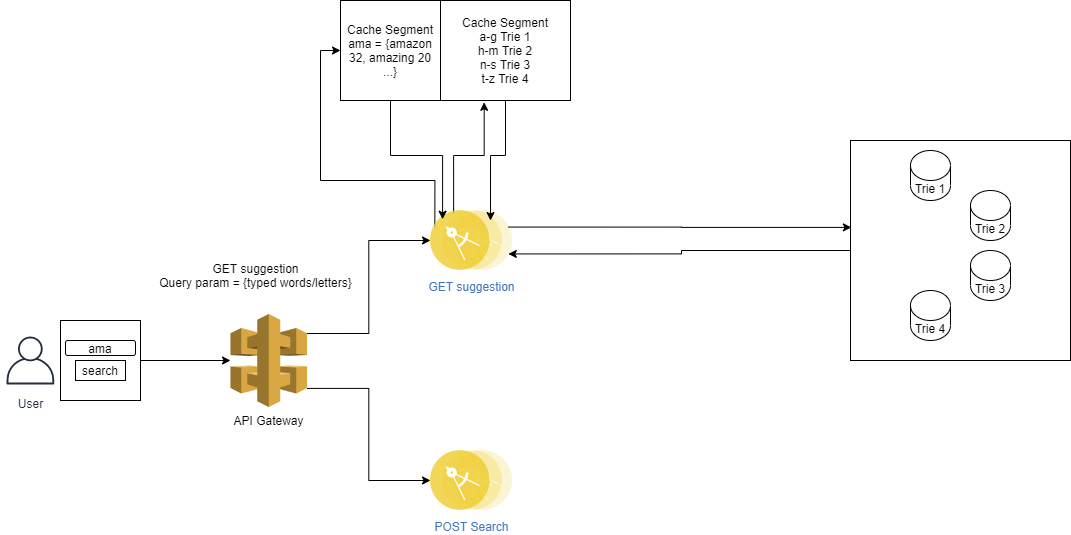
Above: autocomplete suggestion.png in pri-tri/System_Designs (draw.io), before the change. Source tidied: cells renumbered, new cells last; positions are measured from the earlier drawing's top-left corner, leaving out a move shared by most shapes. Its diagram source:
```xml
<mxGraphModel>
  <root>
    <mxCell id="0" />
    <mxCell id="1" parent="0" />
    <mxCell id="2" style="edgeStyle=orthogonalEdgeStyle;rounded=0;jettySize=auto;html=1;entryX=1;entryY=0.75;entryDx=0;entryDy=0;" parent="1" edge="1" source="3" target="15">
      <mxGeometry relative="1" as="geometry">
        <Array as="points">
          <mxPoint x="681" y="250" />
          <mxPoint x="681" y="253" />
        </Array>
      </mxGeometry>
    </mxCell>
    <mxCell id="3" style="whiteSpace=wrap;html=1;" parent="1" vertex="1">
      <mxGeometry x="850" y="140" width="220" height="220" as="geometry" />
    </mxCell>
    <mxCell id="4" style="edgeStyle=orthogonalEdgeStyle;rounded=0;jettySize=auto;html=1;" parent="1" edge="1" source="6" target="11">
      <mxGeometry relative="1" as="geometry" />
    </mxCell>
    <mxCell id="5" value="User" style="fontColor=#232F3E;gradientColor=none;strokeColor=#232F3E;fillColor=#ffffff;dashed=0;verticalLabelPosition=bottom;verticalAlign=top;align=center;html=1;fontSize=12;fontStyle=0;shape=mxgraph.aws4.resourceIcon;resIcon=mxgraph.aws4.user;" parent="1" vertex="1">
      <mxGeometry y="330" width="60" height="60" as="geometry" />
    </mxCell>
    <mxCell id="6" style="whiteSpace=wrap;html=1;" parent="1" vertex="1">
      <mxGeometry x="60" y="320" width="80" height="80" as="geometry" />
    </mxCell>
    <mxCell id="7" value="ama" style="rounded=1;whiteSpace=wrap;html=1;" parent="1" vertex="1">
      <mxGeometry x="65" y="340" width="70" height="15" as="geometry" />
    </mxCell>
    <mxCell id="8" value="search" style="rounded=0;whiteSpace=wrap;html=1;" parent="1" vertex="1">
      <mxGeometry x="75" y="360" width="50" height="20" as="geometry" />
    </mxCell>
    <mxCell id="9" style="edgeStyle=orthogonalEdgeStyle;rounded=0;jettySize=auto;html=1;exitX=1;exitY=0.21;exitDx=0;exitDy=0;exitPerimeter=0;entryX=0;entryY=0.5;entryDx=0;entryDy=0;" parent="1" edge="1" source="11" target="15">
      <mxGeometry relative="1" as="geometry" />
    </mxCell>
    <mxCell id="10" style="edgeStyle=orthogonalEdgeStyle;rounded=0;jettySize=auto;html=1;exitX=1;exitY=0.8;exitDx=0;exitDy=0;exitPerimeter=0;entryX=0;entryY=0.5;entryDx=0;entryDy=0;" parent="1" edge="1" source="11" target="16">
      <mxGeometry relative="1" as="geometry" />
    </mxCell>
    <mxCell id="11" value="API Gateway" style="outlineConnect=0;dashed=0;verticalLabelPosition=bottom;verticalAlign=top;align=center;html=1;shape=mxgraph.aws3.api_gateway;fillColor=#D9A741;gradientColor=none;" parent="1" vertex="1">
      <mxGeometry x="230" y="313.5" width="76.5" height="93" as="geometry" />
    </mxCell>
    <mxCell id="12" style="edgeStyle=orthogonalEdgeStyle;rounded=0;jettySize=auto;html=1;exitX=0;exitY=0.25;exitDx=0;exitDy=0;entryX=0;entryY=0.5;entryDx=0;entryDy=0;" parent="1" edge="1" source="15" target="25">
      <mxGeometry relative="1" as="geometry">
        <Array as="points">
          <mxPoint x="434" y="180" />
          <mxPoint x="320" y="180" />
          <mxPoint x="320" y="50" />
        </Array>
      </mxGeometry>
    </mxCell>
    <mxCell id="13" style="edgeStyle=orthogonalEdgeStyle;rounded=0;jettySize=auto;html=1;exitX=0.25;exitY=0;exitDx=0;exitDy=0;entryX=0.336;entryY=1.018;entryDx=0;entryDy=0;entryPerimeter=0;" parent="1" edge="1" source="15" target="23">
      <mxGeometry relative="1" as="geometry" />
    </mxCell>
    <mxCell id="14" style="edgeStyle=orthogonalEdgeStyle;rounded=0;jettySize=auto;html=1;exitX=1;exitY=0.25;exitDx=0;exitDy=0;entryX=0.004;entryY=0.395;entryDx=0;entryDy=0;entryPerimeter=0;" parent="1" edge="1" source="15" target="3">
      <mxGeometry relative="1" as="geometry" />
    </mxCell>
    <mxCell id="15" value="GET suggestion" style="perimeter=ellipsePerimeter;html=1;align=center;shadow=0;dashed=0;fontColor=#4277BB;labelBackgroundColor=#ffffff;fontSize=12;spacingTop=3;image;image=img/lib/ibm/applications/microservice.svg;" parent="1" vertex="1">
      <mxGeometry x="430" y="210" width="82.2" height="60" as="geometry" />
    </mxCell>
    <mxCell id="16" value="POST Search" style="perimeter=ellipsePerimeter;html=1;align=center;shadow=0;dashed=0;fontColor=#4277BB;labelBackgroundColor=#ffffff;fontSize=12;spacingTop=3;image;image=img/lib/ibm/applications/microservice.svg;" parent="1" vertex="1">
      <mxGeometry x="430" y="450" width="82.2" height="60" as="geometry" />
    </mxCell>
    <mxCell id="17" value="GET suggestion&lt;br&gt;Query param = {typed words/letters}" style="text;html=1;align=center;verticalAlign=middle;" parent="1" vertex="1">
      <mxGeometry x="150" y="260" width="210" height="30" as="geometry" />
    </mxCell>
    <mxCell id="18" value="Trie 1" style="shape=cylinder3;whiteSpace=wrap;html=1;boundedLbl=1;backgroundOutline=1;size=15;" parent="1" vertex="1">
      <mxGeometry x="910" y="150" width="40" height="50" as="geometry" />
    </mxCell>
    <mxCell id="19" value="Trie 4" style="shape=cylinder3;whiteSpace=wrap;html=1;boundedLbl=1;backgroundOutline=1;size=15;" parent="1" vertex="1">
      <mxGeometry x="910" y="290" width="40" height="50" as="geometry" />
    </mxCell>
    <mxCell id="20" value="Trie 2" style="shape=cylinder3;whiteSpace=wrap;html=1;boundedLbl=1;backgroundOutline=1;size=15;" parent="1" vertex="1">
      <mxGeometry x="970" y="190" width="40" height="50" as="geometry" />
    </mxCell>
    <mxCell id="21" value="Trie 3" style="shape=cylinder3;whiteSpace=wrap;html=1;boundedLbl=1;backgroundOutline=1;size=15;" parent="1" vertex="1">
      <mxGeometry x="970" y="250" width="40" height="50" as="geometry" />
    </mxCell>
    <mxCell id="22" style="edgeStyle=orthogonalEdgeStyle;rounded=0;jettySize=auto;html=1;exitX=0.5;exitY=1;exitDx=0;exitDy=0;entryX=0.73;entryY=0.167;entryDx=0;entryDy=0;entryPerimeter=0;" parent="1" edge="1" source="23" target="15">
      <mxGeometry relative="1" as="geometry" />
    </mxCell>
    <mxCell id="23" value="Cache Segment&lt;br&gt;a-g Trie 1&lt;br&gt;h-m Trie 2&lt;br&gt;n-s Trie 3&lt;br&gt;t-z Trie 4" style="whiteSpace=wrap;html=1;" parent="1" vertex="1">
      <mxGeometry x="440" width="130" height="100" as="geometry" />
    </mxCell>
    <mxCell id="24" style="edgeStyle=orthogonalEdgeStyle;rounded=0;jettySize=auto;html=1;exitX=0.5;exitY=1;exitDx=0;exitDy=0;entryX=0;entryY=0;entryDx=0;entryDy=0;" parent="1" edge="1" source="25" target="15">
      <mxGeometry relative="1" as="geometry" />
    </mxCell>
    <mxCell id="25" value="Cache Segment&lt;br&gt;ama = {amazon 32, amazing 20 ...}" style="whiteSpace=wrap;html=1;" parent="1" vertex="1">
      <mxGeometry x="340" width="100" height="100" as="geometry" />
    </mxCell>
  </root>
</mxGraphModel>
```
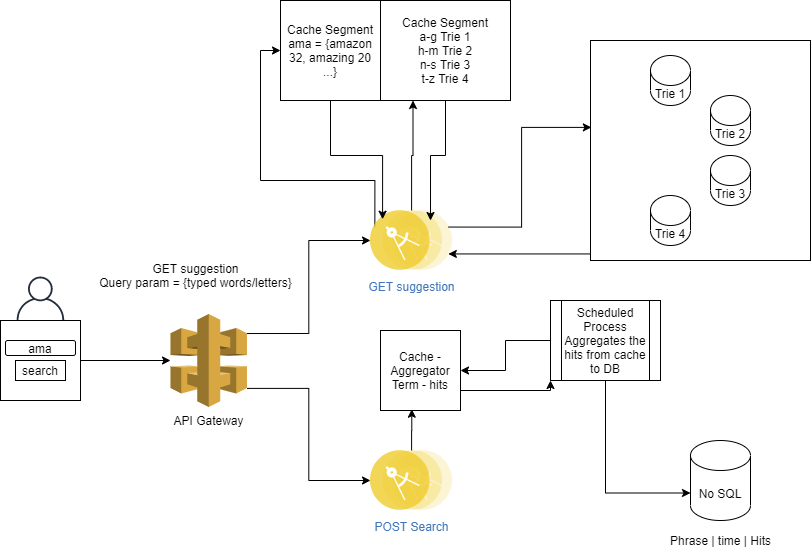
Later version of the same file.

What changed in the source:
```diff
@@ -11,13 +11,13 @@
       </mxGeometry>
     </mxCell>
     <mxCell id="3" style="whiteSpace=wrap;html=1;" parent="1" vertex="1">
-      <mxGeometry x="850" y="140" width="220" height="220" as="geometry" />
+      <mxGeometry x="650" y="40" width="220" height="220" as="geometry" />
     </mxCell>
     <mxCell id="4" style="edgeStyle=orthogonalEdgeStyle;rounded=0;jettySize=auto;html=1;" parent="1" edge="1" source="6" target="11">
       <mxGeometry relative="1" as="geometry" />
     </mxCell>
     <mxCell id="5" value="User" style="fontColor=#232F3E;gradientColor=none;strokeColor=#232F3E;fillColor=#ffffff;dashed=0;verticalLabelPosition=bottom;verticalAlign=top;align=center;html=1;fontSize=12;fontStyle=0;shape=mxgraph.aws4.resourceIcon;resIcon=mxgraph.aws4.user;" parent="1" vertex="1">
-      <mxGeometry y="330" width="60" height="60" as="geometry" />
+      <mxGeometry x="70" y="270" width="60" height="60" as="geometry" />
     </mxCell>
     <mxCell id="6" style="whiteSpace=wrap;html=1;" parent="1" vertex="1">
       <mxGeometry x="60" y="320" width="80" height="80" as="geometry" />
@@ -46,15 +46,18 @@
         </Array>
       </mxGeometry>
     </mxCell>
+    <mxCell id="14" style="edgeStyle=orthogonalEdgeStyle;rounded=0;jettySize=auto;html=1;exitX=1;exitY=0.25;exitDx=0;exitDy=0;entryX=0.004;entryY=0.395;entryDx=0;entryDy=0;entryPerimeter=0;" parent="1" edge="1" source="15" target="3">
+      <mxGeometry relative="1" as="geometry" />
+    </mxCell>
-    <mxCell id="13" style="edgeStyle=orthogonalEdgeStyle;rounded=0;jettySize=auto;html=1;exitX=0.25;exitY=0;exitDx=0;exitDy=0;entryX=0.336;entryY=1.018;entryDx=0;entryDy=0;entryPerimeter=0;" parent="1" edge="1" source="15" target="23">
+    <mxCell id="13" style="edgeStyle=orthogonalEdgeStyle;rounded=0;jettySize=auto;html=1;exitX=0.5;exitY=0;exitDx=0;exitDy=0;entryX=0.25;entryY=1;entryDx=0;entryDy=0;" parent="1" edge="1" source="15" target="23">
       <mxGeometry relative="1" as="geometry" />
     </mxCell>
-    <mxCell id="14" style="edgeStyle=orthogonalEdgeStyle;rounded=0;jettySize=auto;html=1;exitX=1;exitY=0.25;exitDx=0;exitDy=0;entryX=0.004;entryY=0.395;entryDx=0;entryDy=0;entryPerimeter=0;" parent="1" edge="1" source="15" target="3">
-      <mxGeometry relative="1" as="geometry" />
-    </mxCell>
     <mxCell id="15" value="GET suggestion" style="perimeter=ellipsePerimeter;html=1;align=center;shadow=0;dashed=0;fontColor=#4277BB;labelBackgroundColor=#ffffff;fontSize=12;spacingTop=3;image;image=img/lib/ibm/applications/microservice.svg;" parent="1" vertex="1">
       <mxGeometry x="430" y="210" width="82.2" height="60" as="geometry" />
     </mxCell>
+    <mxCell id="26" style="edgeStyle=orthogonalEdgeStyle;rounded=0;jettySize=auto;html=1;exitX=0.5;exitY=0;exitDx=0;exitDy=0;entryX=0.391;entryY=0.984;entryDx=0;entryDy=0;entryPerimeter=0;" parent="1" edge="1" source="16" target="29">
+      <mxGeometry relative="1" as="geometry" />
+    </mxCell>
     <mxCell id="16" value="POST Search" style="perimeter=ellipsePerimeter;html=1;align=center;shadow=0;dashed=0;fontColor=#4277BB;labelBackgroundColor=#ffffff;fontSize=12;spacingTop=3;image;image=img/lib/ibm/applications/microservice.svg;" parent="1" vertex="1">
       <mxGeometry x="430" y="450" width="82.2" height="60" as="geometry" />
     </mxCell>
@@ -62,16 +65,16 @@
       <mxGeometry x="150" y="260" width="210" height="30" as="geometry" />
     </mxCell>
     <mxCell id="18" value="Trie 1" style="shape=cylinder3;whiteSpace=wrap;html=1;boundedLbl=1;backgroundOutline=1;size=15;" parent="1" vertex="1">
-      <mxGeometry x="910" y="150" width="40" height="50" as="geometry" />
+      <mxGeometry x="710" y="55" width="40" height="50" as="geometry" />
     </mxCell>
     <mxCell id="19" value="Trie 4" style="shape=cylinder3;whiteSpace=wrap;html=1;boundedLbl=1;backgroundOutline=1;size=15;" parent="1" vertex="1">
-      <mxGeometry x="910" y="290" width="40" height="50" as="geometry" />
+      <mxGeometry x="710" y="195" width="40" height="50" as="geometry" />
     </mxCell>
     <mxCell id="20" value="Trie 2" style="shape=cylinder3;whiteSpace=wrap;html=1;boundedLbl=1;backgroundOutline=1;size=15;" parent="1" vertex="1">
-      <mxGeometry x="970" y="190" width="40" height="50" as="geometry" />
+      <mxGeometry x="770" y="95" width="40" height="50" as="geometry" />
     </mxCell>
     <mxCell id="21" value="Trie 3" style="shape=cylinder3;whiteSpace=wrap;html=1;boundedLbl=1;backgroundOutline=1;size=15;" parent="1" vertex="1">
-      <mxGeometry x="970" y="250" width="40" height="50" as="geometry" />
+      <mxGeometry x="770" y="155" width="40" height="50" as="geometry" />
     </mxCell>
     <mxCell id="22" style="edgeStyle=orthogonalEdgeStyle;rounded=0;jettySize=auto;html=1;exitX=0.5;exitY=1;exitDx=0;exitDy=0;entryX=0.73;entryY=0.167;entryDx=0;entryDy=0;entryPerimeter=0;" parent="1" edge="1" source="23" target="15">
       <mxGeometry relative="1" as="geometry" />
@@ -85,5 +88,30 @@
     <mxCell id="25" value="Cache Segment&lt;br&gt;ama = {amazon 32, amazing 20 ...}" style="whiteSpace=wrap;html=1;" parent="1" vertex="1">
       <mxGeometry x="340" width="100" height="100" as="geometry" />
     </mxCell>
+    <mxCell id="27" value="No SQL&lt;br&gt;" style="shape=cylinder3;whiteSpace=wrap;html=1;boundedLbl=1;backgroundOutline=1;size=15;" parent="1" vertex="1">
+      <mxGeometry x="750" y="440" width="60" height="80" as="geometry" />
+    </mxCell>
+    <mxCell id="28" style="edgeStyle=orthogonalEdgeStyle;rounded=0;jettySize=auto;html=1;exitX=1;exitY=0.75;exitDx=0;exitDy=0;entryX=0;entryY=1;entryDx=0;entryDy=0;" parent="1" edge="1" source="29" target="32">
+      <mxGeometry relative="1" as="geometry">
+        <Array as="points">
+          <mxPoint x="610" y="390" />
+        </Array>
+      </mxGeometry>
+    </mxCell>
+    <mxCell id="29" value="Cache - Aggregator&lt;br&gt;Term - hits" style="whiteSpace=wrap;html=1;" parent="1" vertex="1">
+      <mxGeometry x="440" y="330" width="80" height="80" as="geometry" />
+    </mxCell>
+    <mxCell id="30" style="edgeStyle=orthogonalEdgeStyle;rounded=0;jettySize=auto;html=1;entryX=1;entryY=0.5;entryDx=0;entryDy=0;" parent="1" edge="1" source="32" target="29">
+      <mxGeometry relative="1" as="geometry" />
+    </mxCell>
+    <mxCell id="31" style="edgeStyle=orthogonalEdgeStyle;rounded=0;jettySize=auto;html=1;exitX=0.5;exitY=1;exitDx=0;exitDy=0;entryX=0;entryY=0;entryDx=0;entryDy=52.5;entryPerimeter=0;" parent="1" edge="1" source="32" target="27">
+      <mxGeometry relative="1" as="geometry" />
+    </mxCell>
+    <mxCell id="32" value="Scheduled Process&lt;br&gt;Aggregates the hits from cache to DB&lt;br&gt;" style="shape=process;whiteSpace=wrap;html=1;backgroundOutline=1;" parent="1" vertex="1">
+      <mxGeometry x="610" y="300" width="110" height="80" as="geometry" />
+    </mxCell>
+    <mxCell id="33" value="Phrase | time | Hits" style="text;html=1;align=center;verticalAlign=middle;" parent="1" vertex="1">
+      <mxGeometry x="720" y="530" width="120" height="20" as="geometry" />
+    </mxCell>
   </root>
 </mxGraphModel>
```
